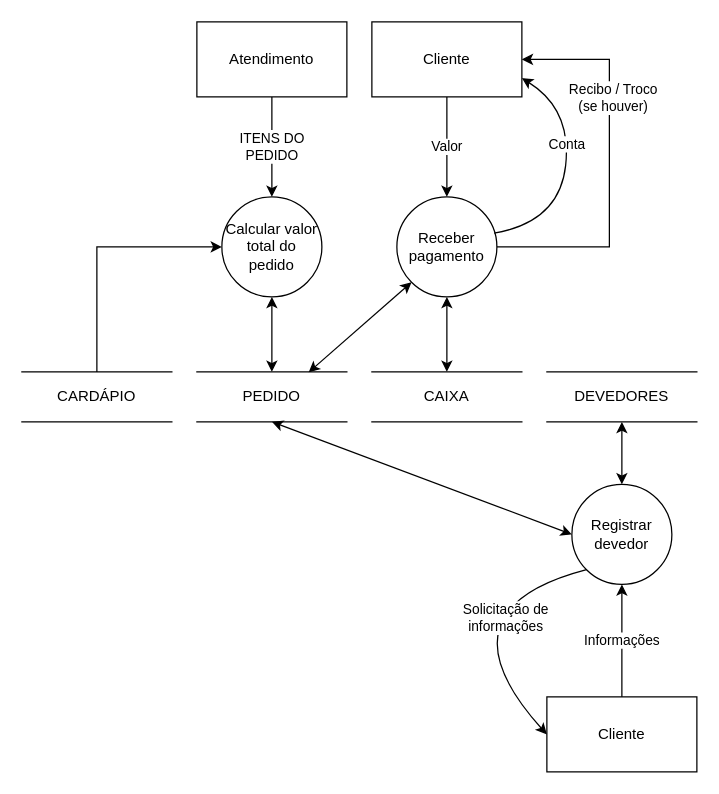
This is docs/ARTEFATOS(15-23)/RECEBER_PAGAMENTO/DFD_RECEBER_PAGAMENTO.drawio from Darienzo08/ope_ads, a draw.io file, before an edit. Source tidied: cells renumbered, new cells numbered last; positions are measured from the earlier drawing's top-left corner, leaving out a move shared by most shapes. Both pictures are drawn from the tidied source at 125%, with x=0, y=0 at pixel (21, 21).
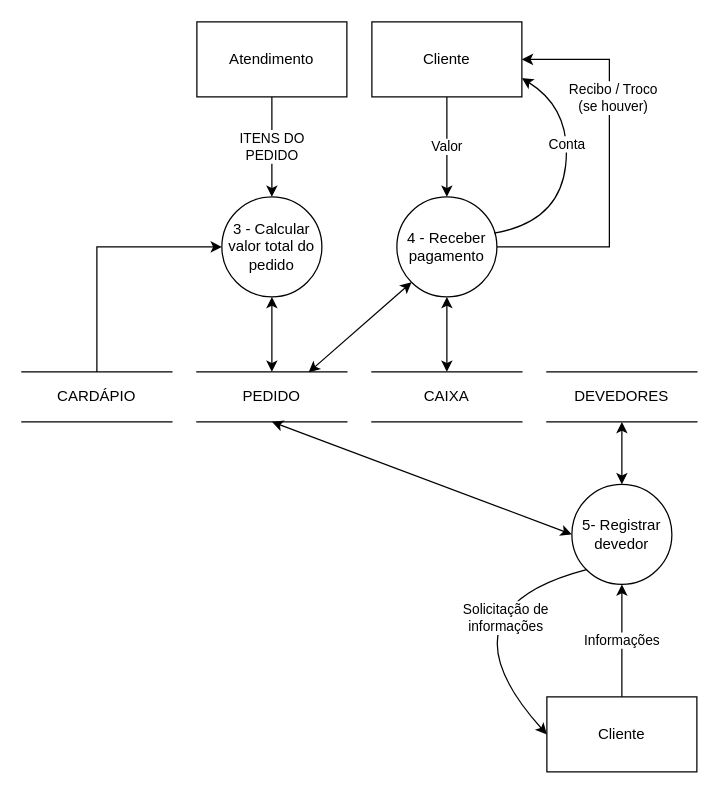
Above is the later version.

Change to the diagram source:
```diff
@@
-    <mxCell id="4" value="Calcular valor total do pedido" style="ellipse;whiteSpace=wrap;html=1;" parent="1" vertex="1">
+    <mxCell id="4" value="3 - Calcular valor total do pedido" style="ellipse;whiteSpace=wrap;html=1;" parent="1" vertex="1">
       <mxGeometry x="160" y="140" width="80" height="80" as="geometry" />
     </mxCell>
@@
-    <mxCell id="9" value="&lt;div&gt;Registrar devedor&lt;/div&gt;" style="ellipse;whiteSpace=wrap;html=1;" parent="1" vertex="1">
+    <mxCell id="9" value="&lt;div&gt;5- Registrar devedor&lt;/div&gt;" style="ellipse;whiteSpace=wrap;html=1;" parent="1" vertex="1">
       <mxGeometry x="440" y="370" width="80" height="80" as="geometry" />
     </mxCell>
@@
-    <mxCell id="19" value="&lt;div&gt;Receber&lt;/div&gt;&lt;div&gt;pagamento&lt;br&gt;&lt;/div&gt;" style="ellipse;whiteSpace=wrap;html=1;" parent="1" vertex="1">
+    <mxCell id="19" value="&lt;div&gt;4 - Receber&lt;/div&gt;&lt;div&gt;pagamento&lt;br&gt;&lt;/div&gt;" style="ellipse;whiteSpace=wrap;html=1;" parent="1" vertex="1">
       <mxGeometry x="300" y="140" width="80" height="80" as="geometry" />
     </mxCell>
```
